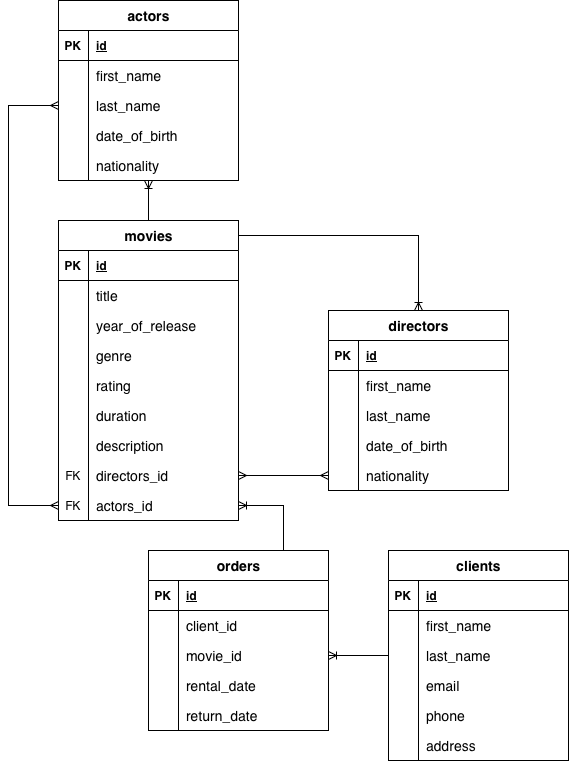
This is hw02/hw02.drawio.png from Jimbanan/OtusSql, a draw.io export, as it was before one commit. Source tidied: cells renumbered, new cells last; positions are measured from the earlier drawing's top-left corner, leaving out a move shared by most shapes.
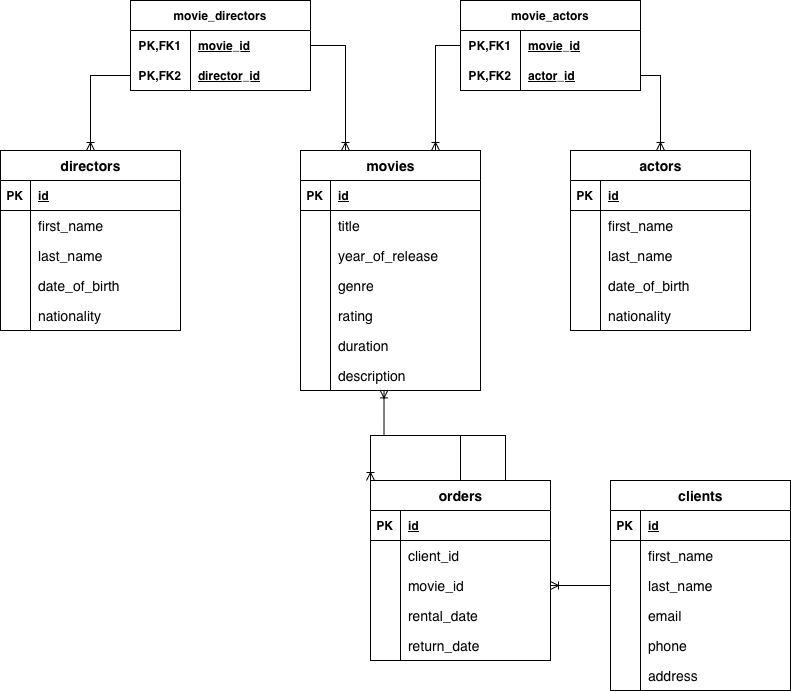
The same file after the commit.

Commit message:
hw02: исправлена диаграмма (добавлены промежуточные таблицы), удалены лишние связи в таблице movies

Change to the diagram source:
```diff
@@ -2,18 +2,7 @@
   <root>
     <mxCell id="0" />
     <mxCell id="1" parent="0" />
-    <mxCell id="2" style="edgeStyle=orthogonalEdgeStyle;fontSize=12;html=1;endArrow=ERmany;startArrow=ERmany;rounded=0;exitX=1;exitY=0.5;exitDx=0;exitDy=0;" parent="1" edge="1" source="97" target="37">
-      <mxGeometry relative="1" as="geometry" />
-    </mxCell>
-    <mxCell id="3" style="edgeStyle=orthogonalEdgeStyle;fontSize=12;html=1;endArrow=ERmany;startArrow=ERmany;rounded=0;exitX=0;exitY=0.5;exitDx=0;exitDy=0;entryX=0;entryY=0.5;entryDx=0;entryDy=0;" parent="1" edge="1" source="100" target="15">
-      <mxGeometry relative="1" as="geometry">
-        <Array as="points">
-          <mxPoint y="505" />
-          <mxPoint y="105" />
-        </Array>
-      </mxGeometry>
-    </mxCell>
-    <mxCell id="4" style="edgeStyle=orthogonalEdgeStyle;fontSize=12;html=1;endArrow=ERoneToMany;rounded=0;exitX=0.75;exitY=0;exitDx=0;exitDy=0;" parent="1" edge="1" source="59" target="100">
+    <mxCell id="4" style="edgeStyle=orthogonalEdgeStyle;fontSize=12;html=1;endArrow=ERoneToMany;rounded=0;exitX=0.75;exitY=0;exitDx=0;exitDy=0;" parent="1" edge="1" source="59" target="x">
       <mxGeometry relative="1" as="geometry">
         <Array as="points">
           <mxPoint x="275" y="505" />
@@ -23,23 +12,8 @@
     <mxCell id="5" style="edgeStyle=orthogonalEdgeStyle;fontSize=12;html=1;endArrow=ERoneToMany;rounded=0;exitX=0;exitY=0.5;exitDx=0;exitDy=0;entryX=1;entryY=0.5;entryDx=0;entryDy=0;" parent="1" edge="1" source="47" target="66">
       <mxGeometry relative="1" as="geometry" />
     </mxCell>
-    <mxCell id="6" style="edgeStyle=orthogonalEdgeStyle;fontSize=12;html=1;endArrow=ERoneToMany;rounded=0;exitX=0.5;exitY=0;exitDx=0;exitDy=0;" parent="1" edge="1" source="75" target="21">
-      <mxGeometry relative="1" as="geometry">
-        <Array as="points">
-          <mxPoint x="140" y="190" />
-          <mxPoint x="140" y="190" />
-        </Array>
-      </mxGeometry>
-    </mxCell>
-    <mxCell id="7" style="edgeStyle=orthogonalEdgeStyle;fontSize=12;html=1;endArrow=ERoneToMany;rounded=0;entryX=0.5;entryY=0;entryDx=0;entryDy=0;exitX=0.995;exitY=0.05;exitDx=0;exitDy=0;exitPerimeter=0;" parent="1" edge="1" source="75" target="24">
-      <mxGeometry relative="1" as="geometry">
-        <Array as="points">
-          <mxPoint x="410" y="235" />
-        </Array>
-      </mxGeometry>
-    </mxCell>
     <mxCell id="8" value="&lt;span style=&quot;font-size: 14px;&quot;&gt;actors&lt;/span&gt;" style="shape=table;startSize=30;rowLines=0;fontStyle=1;align=center;html=1;" parent="1" vertex="1">
-      <mxGeometry x="50" width="180" height="180" as="geometry" />
+      <mxGeometry x="340" y="220" width="180" height="180" as="geometry" />
     </mxCell>
     <mxCell id="9" style="shape=tableRow;horizontal=0;startSize=0;swimlaneHead=0;swimlaneBody=0;fillColor=none;top=0;left=0;right=0;bottom=1;" parent="8" vertex="1">
       <mxGeometry y="30" width="180" height="30" as="geometry" />
@@ -87,7 +61,7 @@
       <mxGeometry x="30" width="150" height="30" as="geometry" />
     </mxCell>
     <mxCell id="24" value="&lt;span style=&quot;font-size: 14px;&quot;&gt;directors&lt;/span&gt;" style="shape=table;startSize=30;rowLines=0;fontStyle=1;align=center;html=1;" parent="1" vertex="1">
-      <mxGeometry x="320" y="310" width="180" height="180" as="geometry" />
+      <mxGeometry x="-230" y="220" width="180" height="180" as="geometry" />
     </mxCell>
     <mxCell id="25" style="shape=tableRow;horizontal=0;startSize=0;swimlaneHead=0;swimlaneBody=0;fillColor=none;top=0;left=0;right=0;bottom=1;" parent="24" vertex="1">
       <mxGeometry y="30" width="180" height="30" as="geometry" />
@@ -240,7 +214,7 @@
       <mxGeometry x="30" width="150" height="30" as="geometry" />
     </mxCell>
     <mxCell id="75" value="&lt;span style=&quot;font-size: 14px;&quot;&gt;movies&lt;/span&gt;" style="shape=table;startSize=30;rowLines=0;fontStyle=1;align=center;html=1;" parent="1" vertex="1">
-      <mxGeometry x="50" y="220" width="180" height="300" as="geometry" />
+      <mxGeometry x="70" y="220" width="180" height="240" as="geometry" />
     </mxCell>
     <mxCell id="76" style="shape=tableRow;horizontal=0;startSize=0;swimlaneHead=0;swimlaneBody=0;fillColor=none;top=0;left=0;right=0;bottom=1;" parent="75" vertex="1">
       <mxGeometry y="30" width="180" height="30" as="geometry" />
@@ -305,23 +279,62 @@
     <mxCell id="96" value="&lt;span style=&quot;font-size: 14px; white-space: nowrap;&quot;&gt;description&lt;/span&gt;" style="shape=partialRectangle;fillColor=none;top=0;left=0;bottom=0;right=0;align=left;spacingLeft=6;overflow=hidden;whiteSpace=wrap;html=1;" parent="94" vertex="1">
       <mxGeometry x="30" width="150" height="30" as="geometry" />
     </mxCell>
-    <mxCell id="97" style="shape=tableRow;horizontal=0;startSize=0;swimlaneHead=0;swimlaneBody=0;fillColor=none;points=[[0,0.5],[1,0.5]];portConstraint=eastwest;top=0;left=0;right=0;bottom=0;" parent="75" vertex="1">
-      <mxGeometry y="240" width="180" height="30" as="geometry" />
-    </mxCell>
-    <mxCell id="98" value="FK" style="shape=partialRectangle;fillColor=none;top=0;left=0;bottom=0;right=0;overflow=hidden;whiteSpace=wrap;html=1;" parent="97" vertex="1">
-      <mxGeometry width="30" height="30" as="geometry" />
-    </mxCell>
-    <mxCell id="99" value="&lt;span style=&quot;font-size: 14px; white-space: nowrap;&quot;&gt;directors_id&lt;/span&gt;" style="shape=partialRectangle;fillColor=none;top=0;left=0;bottom=0;right=0;align=left;spacingLeft=6;overflow=hidden;whiteSpace=wrap;html=1;" parent="97" vertex="1">
-      <mxGeometry x="30" width="150" height="30" as="geometry" />
-    </mxCell>
-    <mxCell id="100" style="shape=tableRow;horizontal=0;startSize=0;swimlaneHead=0;swimlaneBody=0;fillColor=none;points=[[0,0.5],[1,0.5]];portConstraint=eastwest;top=0;left=0;right=0;bottom=0;" parent="75" vertex="1">
-      <mxGeometry y="270" width="180" height="30" as="geometry" />
-    </mxCell>
-    <mxCell id="101" value="FK" style="shape=partialRectangle;fillColor=none;top=0;left=0;bottom=0;right=0;overflow=hidden;whiteSpace=wrap;html=1;" parent="100" vertex="1">
-      <mxGeometry width="30" height="30" as="geometry" />
-    </mxCell>
-    <mxCell id="102" value="&lt;span style=&quot;font-size: 14px; white-space: nowrap;&quot;&gt;actors_id&lt;/span&gt;" style="shape=partialRectangle;fillColor=none;top=0;left=0;bottom=0;right=0;align=left;spacingLeft=6;overflow=hidden;whiteSpace=wrap;html=1;" parent="100" vertex="1">
-      <mxGeometry x="30" width="150" height="30" as="geometry" />
-    </mxCell>
+    <mxCell id="103" value="movie_actors" style="shape=table;startSize=30;rowLines=0;fontStyle=1;align=center;html=1;whiteSpace=wrap;" parent="1" vertex="1">
+      <mxGeometry x="230" y="70" width="180" height="90" as="geometry" />
+    </mxCell>
+    <mxCell id="104" style="shape=tableRow;horizontal=0;startSize=0;swimlaneHead=0;swimlaneBody=0;fillColor=none;points=[[0,0.5],[1,0.5]];portConstraint=eastwest;top=0;left=0;right=0;bottom=0;html=1;" parent="103" vertex="1">
+      <mxGeometry y="30" width="180" height="30" as="geometry" />
+    </mxCell>
+    <mxCell id="105" value="PK,FK1" style="shape=partialRectangle;fillColor=none;top=0;left=0;bottom=0;right=0;fontStyle=1;overflow=hidden;html=1;whiteSpace=wrap;" parent="104" vertex="1">
+      <mxGeometry width="60" height="30" as="geometry" />
+    </mxCell>
+    <mxCell id="106" value="movie_id" style="shape=partialRectangle;fillColor=none;top=0;left=0;bottom=0;right=0;align=left;spacingLeft=6;fontStyle=5;overflow=hidden;html=1;whiteSpace=wrap;" parent="104" vertex="1">
+      <mxGeometry x="60" width="120" height="30" as="geometry" />
+    </mxCell>
+    <mxCell id="107" style="shape=tableRow;horizontal=0;startSize=0;swimlaneHead=0;swimlaneBody=0;fillColor=none;points=[[0,0.5],[1,0.5]];portConstraint=eastwest;top=0;left=0;right=0;bottom=1;html=1;" parent="103" vertex="1">
+      <mxGeometry y="60" width="180" height="30" as="geometry" />
+    </mxCell>
+    <mxCell id="108" value="PK,FK2" style="shape=partialRectangle;fillColor=none;top=0;left=0;bottom=0;right=0;fontStyle=1;overflow=hidden;html=1;whiteSpace=wrap;" parent="107" vertex="1">
+      <mxGeometry width="60" height="30" as="geometry" />
+    </mxCell>
+    <mxCell id="109" value="actor_id" style="shape=partialRectangle;fillColor=none;top=0;left=0;bottom=0;right=0;align=left;spacingLeft=6;fontStyle=5;overflow=hidden;html=1;whiteSpace=wrap;" parent="107" vertex="1">
+      <mxGeometry x="60" width="120" height="30" as="geometry" />
+    </mxCell>
+    <mxCell id="110" value="movie_directors" style="shape=table;startSize=30;rowLines=0;fontStyle=1;align=center;html=1;whiteSpace=wrap;" parent="1" vertex="1">
+      <mxGeometry x="-100" y="70" width="180" height="90" as="geometry" />
+    </mxCell>
+    <mxCell id="111" style="shape=tableRow;horizontal=0;startSize=0;swimlaneHead=0;swimlaneBody=0;fillColor=none;points=[[0,0.5],[1,0.5]];portConstraint=eastwest;top=0;left=0;right=0;bottom=0;html=1;" parent="110" vertex="1">
+      <mxGeometry y="30" width="180" height="30" as="geometry" />
+    </mxCell>
+    <mxCell id="112" value="PK,FK1" style="shape=partialRectangle;fillColor=none;top=0;left=0;bottom=0;right=0;fontStyle=1;overflow=hidden;html=1;whiteSpace=wrap;" parent="111" vertex="1">
+      <mxGeometry width="60" height="30" as="geometry" />
+    </mxCell>
+    <mxCell id="113" value="movie_id" style="shape=partialRectangle;fillColor=none;top=0;left=0;bottom=0;right=0;align=left;spacingLeft=6;fontStyle=5;overflow=hidden;html=1;whiteSpace=wrap;" parent="111" vertex="1">
+      <mxGeometry x="60" width="120" height="30" as="geometry" />
+    </mxCell>
+    <mxCell id="114" style="shape=tableRow;horizontal=0;startSize=0;swimlaneHead=0;swimlaneBody=0;fillColor=none;points=[[0,0.5],[1,0.5]];portConstraint=eastwest;top=0;left=0;right=0;bottom=1;html=1;" parent="110" vertex="1">
+      <mxGeometry y="60" width="180" height="30" as="geometry" />
+    </mxCell>
+    <mxCell id="115" value="PK,FK2" style="shape=partialRectangle;fillColor=none;top=0;left=0;bottom=0;right=0;fontStyle=1;overflow=hidden;html=1;whiteSpace=wrap;" parent="114" vertex="1">
+      <mxGeometry width="60" height="30" as="geometry" />
+    </mxCell>
+    <mxCell id="116" value="director_id" style="shape=partialRectangle;fillColor=none;top=0;left=0;bottom=0;right=0;align=left;spacingLeft=6;fontStyle=5;overflow=hidden;html=1;whiteSpace=wrap;" parent="114" vertex="1">
+      <mxGeometry x="60" width="120" height="30" as="geometry" />
+    </mxCell>
+    <mxCell id="117" style="edgeStyle=orthogonalEdgeStyle;rounded=0;jettySize=auto;html=1;exitX=0;exitY=0.5;exitDx=0;exitDy=0;entryX=0.75;entryY=0;entryDx=0;entryDy=0;endArrow=ERoneToMany;endFill=0;" parent="1" edge="1" source="104" target="75">
+      <mxGeometry relative="1" as="geometry" />
+    </mxCell>
+    <mxCell id="118" style="edgeStyle=orthogonalEdgeStyle;rounded=0;jettySize=auto;html=1;exitX=1;exitY=0.5;exitDx=0;exitDy=0;entryX=0.5;entryY=0;entryDx=0;entryDy=0;endArrow=ERoneToMany;endFill=0;" parent="1" edge="1" source="107" target="8">
+      <mxGeometry relative="1" as="geometry" />
+    </mxCell>
+    <mxCell id="119" style="edgeStyle=orthogonalEdgeStyle;rounded=0;jettySize=auto;html=1;exitX=0;exitY=0.5;exitDx=0;exitDy=0;entryX=0.5;entryY=0;entryDx=0;entryDy=0;endArrow=ERoneToMany;endFill=0;" parent="1" edge="1" source="114" target="24">
+      <mxGeometry relative="1" as="geometry" />
+    </mxCell>
+    <mxCell id="120" style="edgeStyle=orthogonalEdgeStyle;rounded=0;jettySize=auto;html=1;exitX=1;exitY=0.5;exitDx=0;exitDy=0;entryX=0.25;entryY=0;entryDx=0;entryDy=0;endArrow=ERoneToMany;endFill=0;" parent="1" edge="1" source="111" target="75">
+      <mxGeometry relative="1" as="geometry" />
+    </mxCell>
+    <mxCell id="121" style="edgeStyle=orthogonalEdgeStyle;rounded=0;jettySize=auto;html=1;exitX=0.5;exitY=0;exitDx=0;exitDy=0;entryX=0.464;entryY=0.98;entryDx=0;entryDy=0;entryPerimeter=0;endArrow=ERoneToMany;endFill=0;" parent="1" edge="1" source="59" target="94">
+      <mxGeometry relative="1" as="geometry" />
+    </mxCell>
   </root>
 </mxGraphModel>
```
